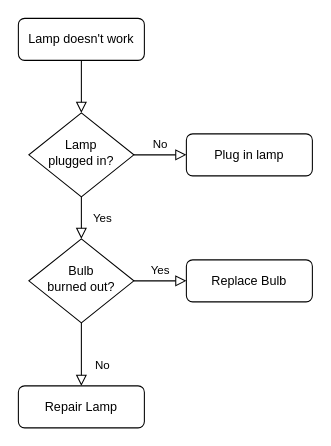
The draw.io diagram Chatbot.drawio in Ashwinpillai9/AI-Chatbot-with-Weather-Integration, before the edit. Source tidied: cells renumbered, new cells numbered last; positions are measured from the earlier drawing's top-left corner, leaving out a move shared by most shapes. Both pictures are drawn from the tidied source at 105%, with x=0, y=0 at pixel (18, 18).
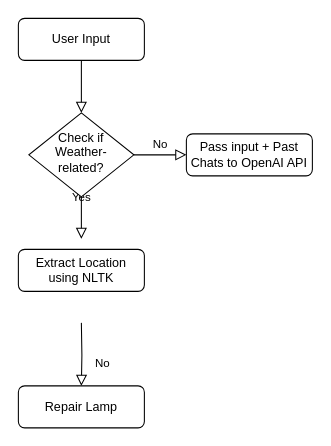
After the change.

What changed in the source:
```diff
@@
 <mxGraphModel>
   <root>
     <mxCell id="0" />
     <mxCell id="1" parent="0" />
     <mxCell id="2" style="rounded=0;html=1;jettySize=auto;fontSize=11;endArrow=block;endFill=0;endSize=8;strokeWidth=1;shadow=0;labelBackgroundColor=none;edgeStyle=orthogonalEdgeStyle;" parent="1" edge="1" source="3" target="6">
       <mxGeometry relative="1" as="geometry" />
     </mxCell>
-    <mxCell id="3" value="Lamp doesn't work" style="rounded=1;whiteSpace=wrap;html=1;fontSize=12;glass=0;strokeWidth=1;shadow=0;" parent="1" vertex="1">
+    <mxCell id="3" value="User Input" style="rounded=1;whiteSpace=wrap;html=1;fontSize=12;glass=0;strokeWidth=1;shadow=0;" parent="1" vertex="1">
       <mxGeometry width="120" height="40" as="geometry" />
     </mxCell>
-    <mxCell id="4" value="Yes" style="rounded=0;html=1;jettySize=auto;fontSize=11;endArrow=block;endFill=0;endSize=8;strokeWidth=1;shadow=0;labelBackgroundColor=none;edgeStyle=orthogonalEdgeStyle;" parent="1" edge="1" source="6" target="10">
-      <mxGeometry y="20" relative="1" as="geometry" />
+    <mxCell id="4" value="Yes" style="rounded=0;html=1;jettySize=auto;fontSize=11;endArrow=block;endFill=0;endSize=8;strokeWidth=1;shadow=0;labelBackgroundColor=none;edgeStyle=orthogonalEdgeStyle;" parent="1" edge="1" source="6">
+      <mxGeometry y="20" relative="1" as="geometry">
+        <mxPoint x="60" y="210" as="targetPoint" />
+      </mxGeometry>
     </mxCell>
     <mxCell id="5" value="No" style="edgeStyle=orthogonalEdgeStyle;rounded=0;html=1;jettySize=auto;fontSize=11;endArrow=block;endFill=0;endSize=8;strokeWidth=1;shadow=0;labelBackgroundColor=none;" parent="1" edge="1" source="6" target="7">
       <mxGeometry y="10" relative="1" as="geometry" />
     </mxCell>
-    <mxCell id="6" value="Lamp&lt;br&gt;plugged in?" style="rhombus;whiteSpace=wrap;html=1;shadow=0;fontFamily=Helvetica;fontSize=12;align=center;strokeWidth=1;spacing=6;spacingTop=-4;" parent="1" vertex="1">
+    <mxCell id="6" value="Check if Weather-related?" style="rhombus;whiteSpace=wrap;html=1;shadow=0;fontFamily=Helvetica;fontSize=12;align=center;strokeWidth=1;spacing=6;spacingTop=-4;" parent="1" vertex="1">
       <mxGeometry x="10" y="90" width="100" height="80" as="geometry" />
     </mxCell>
-    <mxCell id="7" value="Plug in lamp" style="rounded=1;whiteSpace=wrap;html=1;fontSize=12;glass=0;strokeWidth=1;shadow=0;" parent="1" vertex="1">
+    <mxCell id="7" value="Pass input + Past Chats to OpenAI API" style="rounded=1;whiteSpace=wrap;html=1;fontSize=12;glass=0;strokeWidth=1;shadow=0;" parent="1" vertex="1">
       <mxGeometry x="160" y="110" width="120" height="40" as="geometry" />
     </mxCell>
-    <mxCell id="8" value="No" style="rounded=0;html=1;jettySize=auto;fontSize=11;endArrow=block;endFill=0;endSize=8;strokeWidth=1;shadow=0;labelBackgroundColor=none;edgeStyle=orthogonalEdgeStyle;" parent="1" edge="1" source="10" target="11">
-      <mxGeometry x="0.33" y="20" relative="1" as="geometry" />
+    <mxCell id="8" value="No" style="rounded=0;html=1;jettySize=auto;fontSize=11;endArrow=block;endFill=0;endSize=8;strokeWidth=1;shadow=0;labelBackgroundColor=none;edgeStyle=orthogonalEdgeStyle;" parent="1" edge="1" target="11">
+      <mxGeometry x="0.33" y="20" relative="1" as="geometry">
+        <mxPoint x="60" y="290" as="sourcePoint" />
+      </mxGeometry>
     </mxCell>
-    <mxCell id="9" value="Yes" style="edgeStyle=orthogonalEdgeStyle;rounded=0;html=1;jettySize=auto;fontSize=11;endArrow=block;endFill=0;endSize=8;strokeWidth=1;shadow=0;labelBackgroundColor=none;" parent="1" edge="1" source="10" target="12">
-      <mxGeometry y="10" relative="1" as="geometry" />
-    </mxCell>
-    <mxCell id="10" value="Bulb&lt;br&gt;burned out?" style="rhombus;whiteSpace=wrap;html=1;shadow=0;fontFamily=Helvetica;fontSize=12;align=center;strokeWidth=1;spacing=6;spacingTop=-4;" parent="1" vertex="1">
-      <mxGeometry x="10" y="210" width="100" height="80" as="geometry" />
-    </mxCell>
     <mxCell id="11" value="Repair Lamp" style="rounded=1;whiteSpace=wrap;html=1;fontSize=12;glass=0;strokeWidth=1;shadow=0;" parent="1" vertex="1">
       <mxGeometry y="350" width="120" height="40" as="geometry" />
     </mxCell>
-    <mxCell id="12" value="Replace Bulb" style="rounded=1;whiteSpace=wrap;html=1;fontSize=12;glass=0;strokeWidth=1;shadow=0;" parent="1" vertex="1">
-      <mxGeometry x="160" y="230" width="120" height="40" as="geometry" />
+    <mxCell id="12" value="Extract Location using NLTK" style="rounded=1;whiteSpace=wrap;html=1;fontSize=12;glass=0;strokeWidth=1;shadow=0;" parent="1" vertex="1">
+      <mxGeometry y="220" width="120" height="40" as="geometry" />
     </mxCell>
   </root>
 </mxGraphModel>
```
